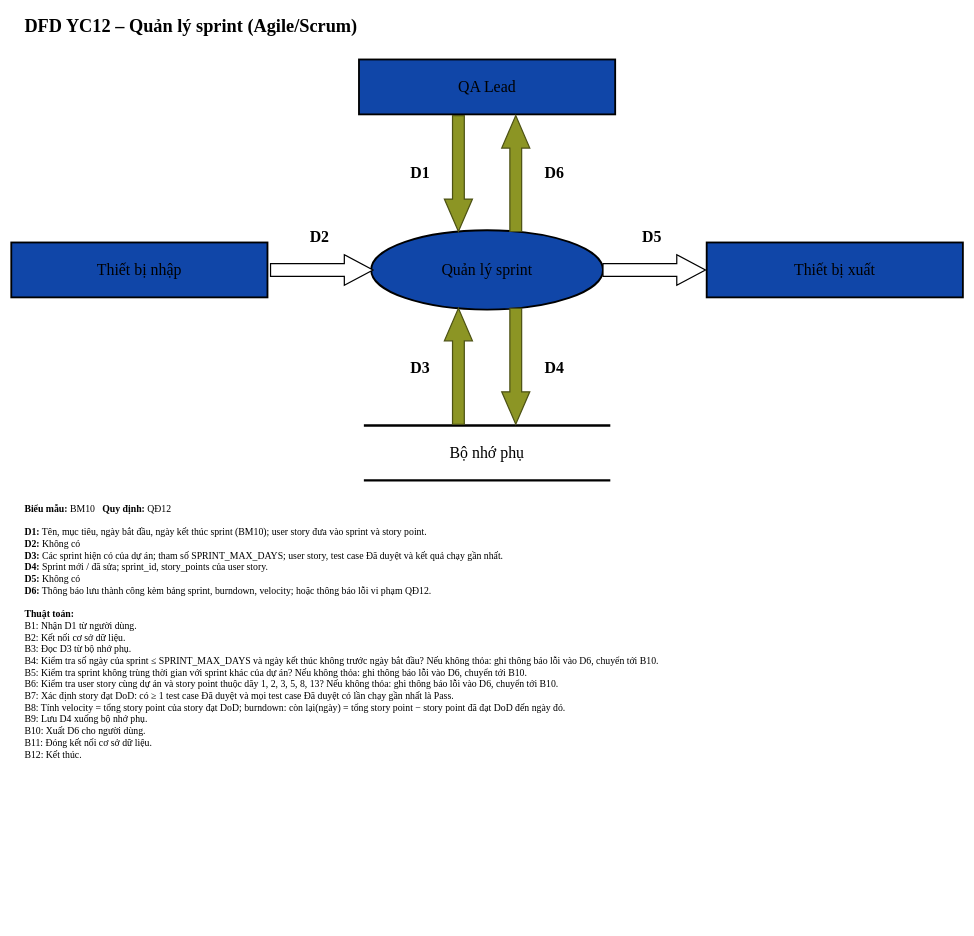
Earlier version of the draw.io diagram docs/dfd/YC12_QuanLySprint.drawio (quangphuoc73/Phan_Mem_Quan_Ly_Test_Cases). Source tidied: cells renumbered, new cells numbered last; positions are measured from the earlier drawing's top-left corner, leaving out a move shared by most shapes. Both pictures are drawn from the tidied source at 61%, with x=0, y=0 at pixel (11, 10).
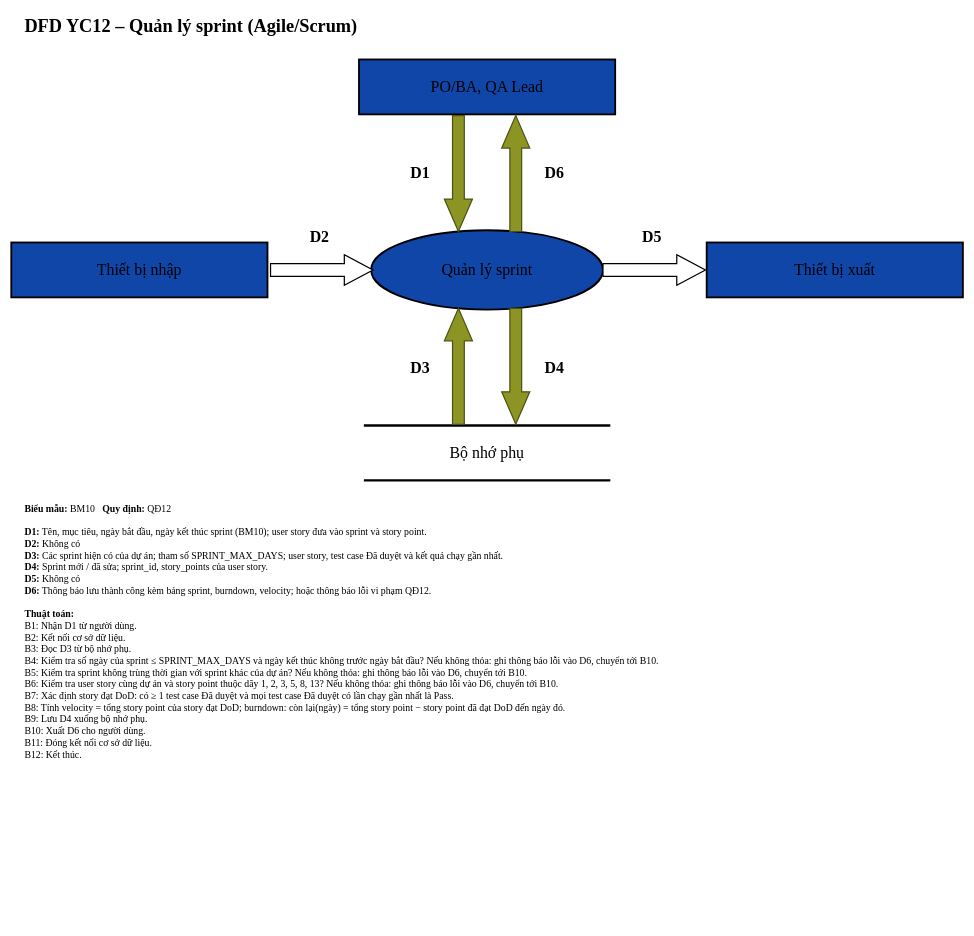
The same page after the edit.

Diff of the diagram source:
```diff
@@
-    <mxCell id="3" value="QA Lead" style="rounded=0;whiteSpace=wrap;html=1;fillColor=#1046A8;strokeColor=#000000;strokeWidth=3;fontFamily=Times New Roman;fontSize=26;fontColor=#000000;" parent="1" vertex="1">
+    <mxCell id="3" value="PO/BA, QA Lead" style="rounded=0;whiteSpace=wrap;html=1;fillColor=#1046A8;strokeColor=#000000;strokeWidth=3;fontFamily=Times New Roman;fontSize=26;fontColor=#000000;" parent="1" vertex="1">
       <mxGeometry x="570" y="80" width="420" height="90" as="geometry" />
     </mxCell>
```
